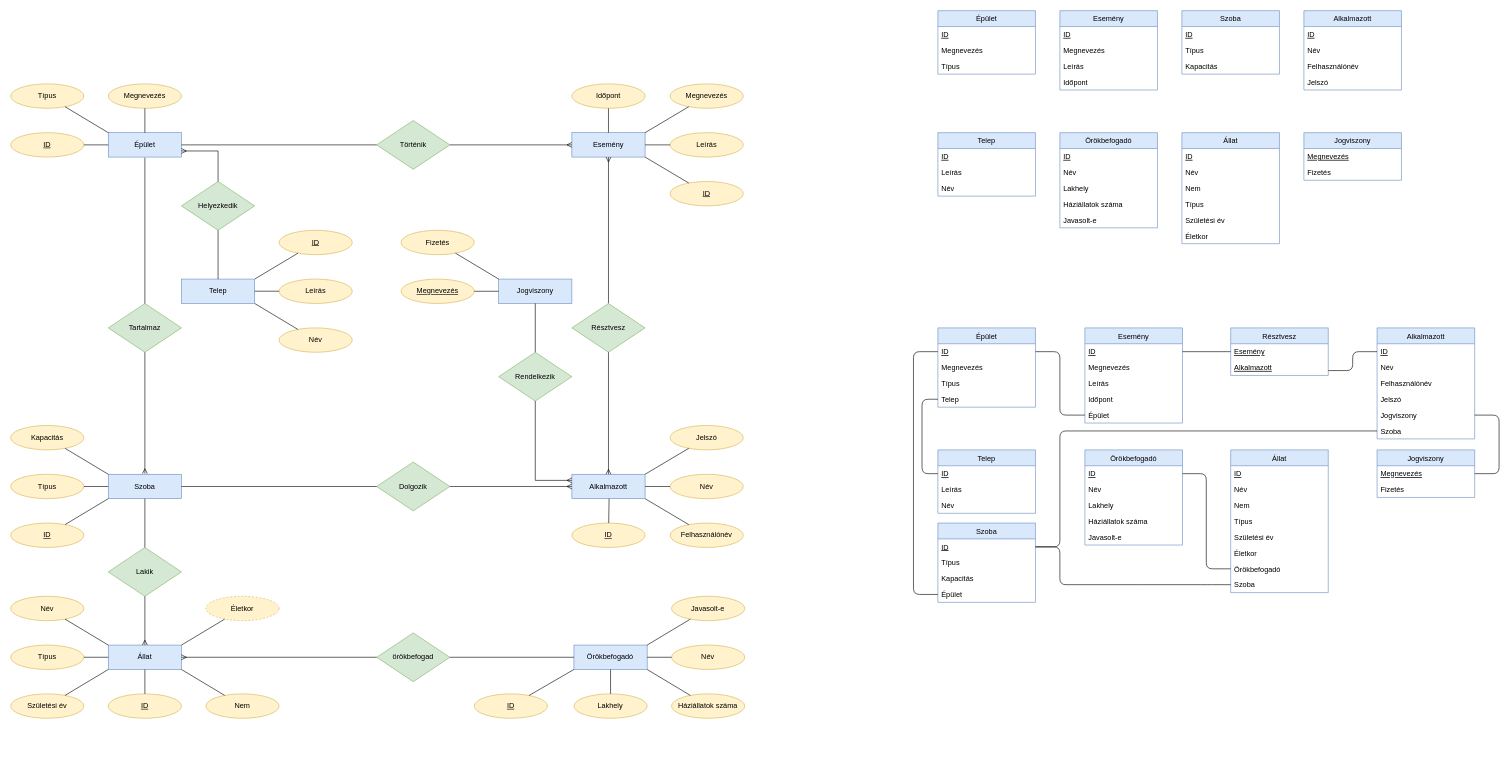
This is Documentáció/draw_io/SQL_Tervezés.drawio from Gellifree/bluepaw, a draw.io file, before an edit. Source tidied: cells renumbered, new cells numbered last; positions are measured from the earlier drawing's top-left corner, leaving out a move shared by most shapes. Both pictures are drawn from the tidied source at 61%, with x=0, y=0 at pixel (10, 10).
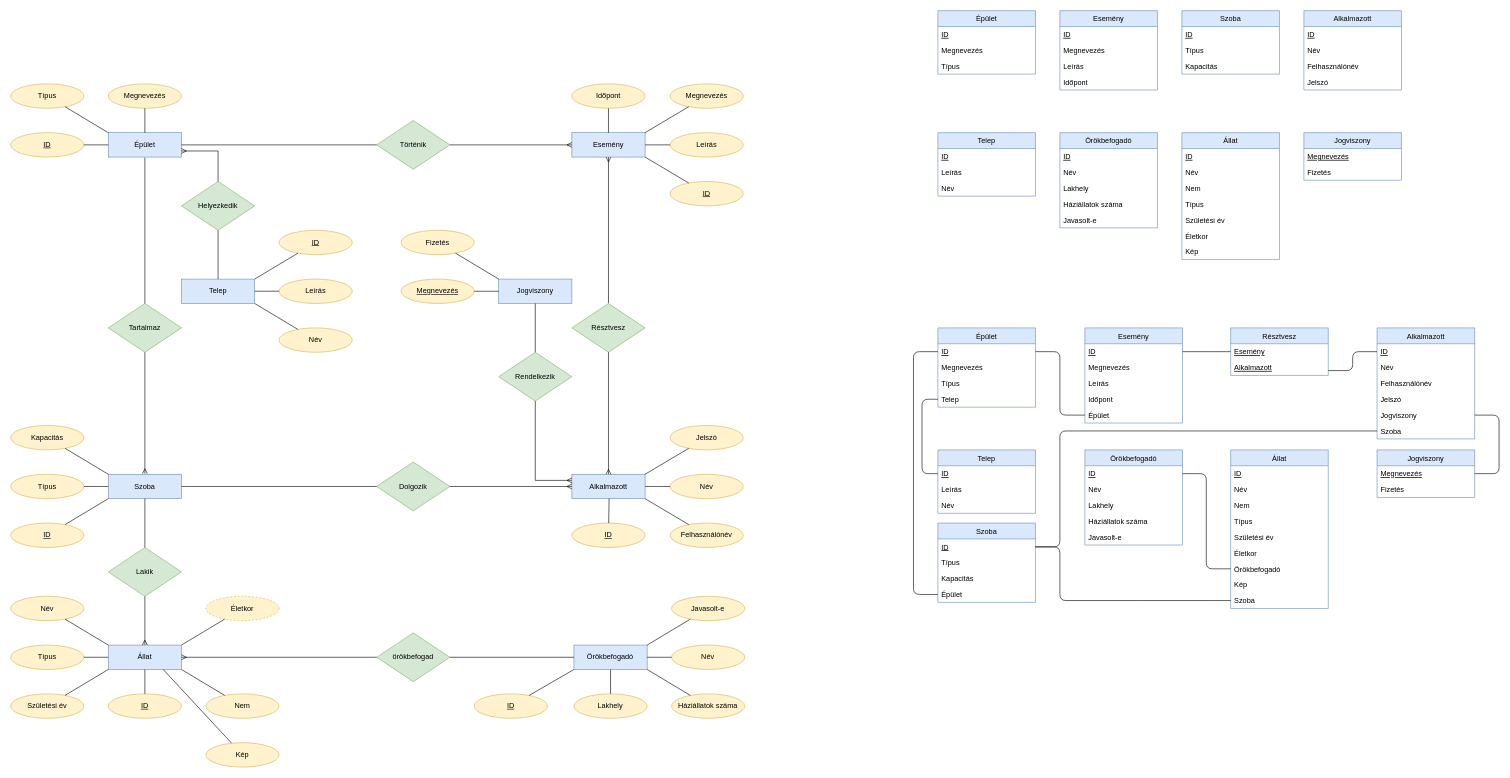
The same diagram, later.

The change refers to these unchanged cells:
```xml
<mxCell id="4" value="Állat" style="rounded=0;whiteSpace=wrap;html=1;fillColor=#dae8fc;strokeColor=#6c8ebf;" parent="1" vertex="1">
  <mxGeometry x="160" y="1040" width="120" height="40" as="geometry" />
</mxCell>
<mxCell id="144" value="ID" style="text;strokeColor=none;fillColor=none;align=left;verticalAlign=top;spacingLeft=4;spacingRight=4;overflow=hidden;points=[[0,0.5],[1,0.5]];portConstraint=eastwest;fontStyle=4;" parent="143" vertex="1">
  <mxGeometry y="26" width="160" height="26" as="geometry" />
</mxCell>
```

Change to the diagram source:
```diff
@@
     <mxCell id="90" value="Állat" style="swimlane;fontStyle=0;horizontal=1;startSize=26;fillColor=#dae8fc;strokeColor=#6c8ebf;" parent="1" vertex="1">
-      <mxGeometry x="1920" y="200" width="160" height="182" as="geometry" />
+      <mxGeometry x="1920" y="200" width="160" height="208" as="geometry" />
     </mxCell>
@@
+    <mxCell id="191" value="Kép" style="text;strokeColor=none;fillColor=none;align=left;verticalAlign=top;spacingLeft=4;spacingRight=4;overflow=hidden;" parent="90" vertex="1">
+      <mxGeometry y="182" width="160" height="26" as="geometry" />
+    </mxCell>
@@
     <mxCell id="155" value="Állat" style="swimlane;fontStyle=0;horizontal=1;startSize=26;fillColor=#dae8fc;strokeColor=#6c8ebf;" parent="1" vertex="1">
-      <mxGeometry x="2000" y="720" width="160" height="234" as="geometry" />
+      <mxGeometry x="2000" y="720" width="160" height="260" as="geometry" />
     </mxCell>
@@
+    <mxCell id="192" value="Kép" style="text;strokeColor=none;fillColor=none;align=left;verticalAlign=top;spacingLeft=4;spacingRight=4;overflow=hidden;" parent="155" vertex="1">
+      <mxGeometry y="208" width="160" height="26" as="geometry" />
+    </mxCell>
     <mxCell id="163" value="Szoba" style="text;strokeColor=none;fillColor=none;align=left;verticalAlign=top;spacingLeft=4;spacingRight=4;overflow=hidden;points=[[0,0.5],[1,0.5]];portConstraint=eastwest;" parent="155" vertex="1">
-      <mxGeometry y="208" width="160" height="26" as="geometry" />
+      <mxGeometry y="234" width="160" height="26" as="geometry" />
     </mxCell>
@@
     <mxCell id="188" style="endArrow=none;html=1;entryX=0;entryY=0.5;entryDx=0;entryDy=0;exitX=1;exitY=0.5;exitDx=0;exitDy=0;" parent="1" edge="1" source="144" target="163">
       <mxGeometry relative="1" as="geometry">
         <Array as="points">
           <mxPoint x="1720" y="879" />
-          <mxPoint x="1720" y="941" />
-          <mxPoint x="1840" y="941" />
-          <mxPoint x="1960" y="941" />
+          <mxPoint x="1720" y="967" />
+          <mxPoint x="1840" y="967" />
         </Array>
       </mxGeometry>
     </mxCell>
@@
+    <mxCell id="193" value="Kép" style="ellipse;whiteSpace=wrap;html=1;fillColor=#fff2cc;strokeColor=#d6b656;" parent="1" vertex="1">
+      <mxGeometry x="320" y="1200" width="120" height="40" as="geometry" />
+    </mxCell>
+    <mxCell id="194" style="endArrow=none;html=1;exitX=0.75;exitY=1;exitDx=0;exitDy=0;" parent="1" edge="1" source="4" target="193">
+      <mxGeometry relative="1" as="geometry" />
+    </mxCell>
```
